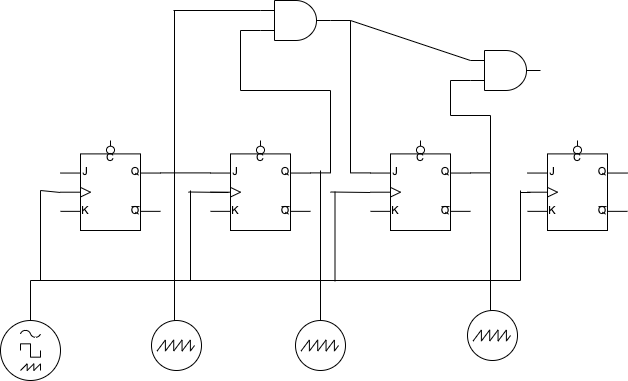
Earlier version of the draw.io export digital_counter.drawio.png (H-haruki-20/FlowChart). Source tidied: cells renumbered, new cells last; positions are measured from the earlier drawing's top-left corner, leaving out a move shared by most shapes.
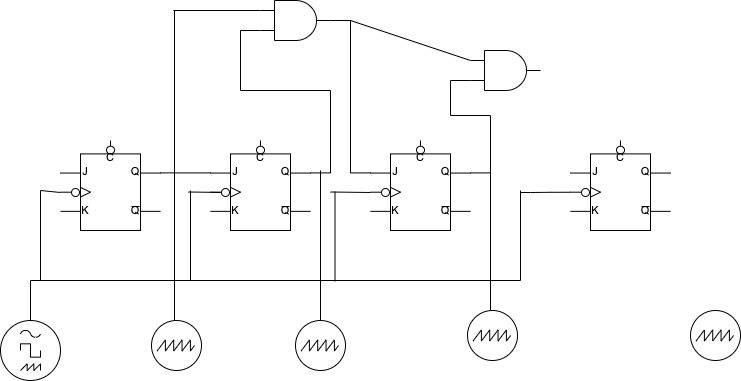
After the commit.

What changed in the source:
```diff
@@ -14,8 +14,13 @@
     <mxCell id="5" style="verticalLabelPosition=bottom;shadow=0;dashed=0;align=center;html=1;verticalAlign=top;shape=mxgraph.electrical.logic_gates.jk_flip-flop_with_clear_2;" parent="1" vertex="1">
       <mxGeometry x="210" y="140" width="100" height="90" as="geometry" />
     </mxCell>
+    <mxCell id="31" style="edgeStyle=orthogonalEdgeStyle;rounded=0;jettySize=auto;html=1;exitX=0;exitY=0.575;exitDx=0;exitDy=0;exitPerimeter=0;endArrow=none;endFill=0;" parent="1" edge="1" source="6">
+      <mxGeometry relative="1" as="geometry">
+        <mxPoint x="530" y="192" as="targetPoint" />
+      </mxGeometry>
+    </mxCell>
     <mxCell id="6" style="verticalLabelPosition=bottom;shadow=0;dashed=0;align=center;html=1;verticalAlign=top;shape=mxgraph.electrical.logic_gates.jk_flip-flop_with_clear_2;" parent="1" vertex="1">
-      <mxGeometry x="527" y="140" width="100" height="90" as="geometry" />
+      <mxGeometry x="570" y="140" width="100" height="90" as="geometry" />
     </mxCell>
     <mxCell id="7" style="edgeStyle=orthogonalEdgeStyle;rounded=0;jettySize=auto;html=1;exitX=1;exitY=0.36;exitDx=0;exitDy=0;exitPerimeter=0;entryX=0;entryY=0.75;entryDx=0;entryDy=0;entryPerimeter=0;endArrow=none;endFill=0;" parent="1" edge="1" source="8" target="23">
       <mxGeometry relative="1" as="geometry" />
@@ -65,9 +70,8 @@
         <mxPoint x="190" y="190" as="targetPoint" />
       </mxGeometry>
     </mxCell>
-    <mxCell id="18" style="endArrow=none;html=1;rounded=0;" parent="1" edge="1">
+    <mxCell id="18" style="endArrow=none;html=1;rounded=0;startArrow=none;" parent="1" edge="1" source="36">
       <mxGeometry relative="1" as="geometry">
-        <mxPoint x="188" y="191.5" as="sourcePoint" />
         <mxPoint x="228" y="192" as="targetPoint" />
       </mxGeometry>
     </mxCell>
@@ -133,5 +137,25 @@
         <mxPoint x="490" y="172.4" as="targetPoint" />
       </mxGeometry>
     </mxCell>
+    <mxCell id="32" style="perimeter=ellipsePerimeter;verticalLabelPosition=bottom;shadow=0;dashed=0;align=center;html=1;verticalAlign=top;shape=mxgraph.electrical.instruments.oscilloscope;" parent="1" vertex="1">
+      <mxGeometry x="690" y="310" width="50" height="50" as="geometry" />
+    </mxCell>
+    <mxCell id="33" style="verticalLabelPosition=bottom;shadow=0;dashed=0;align=center;html=1;verticalAlign=top;shape=mxgraph.electrical.logic_gates.inverting_contact;" parent="1" vertex="1">
+      <mxGeometry x="380" y="187" width="10" height="10" as="geometry" />
+    </mxCell>
+    <mxCell id="34" style="verticalLabelPosition=bottom;shadow=0;dashed=0;align=center;html=1;verticalAlign=top;shape=mxgraph.electrical.logic_gates.inverting_contact;" parent="1" vertex="1">
+      <mxGeometry x="580" y="187" width="10" height="10" as="geometry" />
+    </mxCell>
+    <mxCell id="35" style="verticalLabelPosition=bottom;shadow=0;dashed=0;align=center;html=1;verticalAlign=top;shape=mxgraph.electrical.logic_gates.inverting_contact;" parent="1" vertex="1">
+      <mxGeometry x="70" y="187" width="10" height="10" as="geometry" />
+    </mxCell>
+    <mxCell id="36" style="verticalLabelPosition=bottom;shadow=0;dashed=0;align=center;html=1;verticalAlign=top;shape=mxgraph.electrical.logic_gates.inverting_contact;" parent="1" vertex="1">
+      <mxGeometry x="220" y="187" width="10" height="10" as="geometry" />
+    </mxCell>
+    <mxCell id="37" style="endArrow=none;html=1;rounded=0;" parent="1" edge="1" target="36">
+      <mxGeometry relative="1" as="geometry">
+        <mxPoint x="188" y="191.5" as="sourcePoint" />
+      </mxGeometry>
+    </mxCell>
   </root>
 </mxGraphModel>
```
